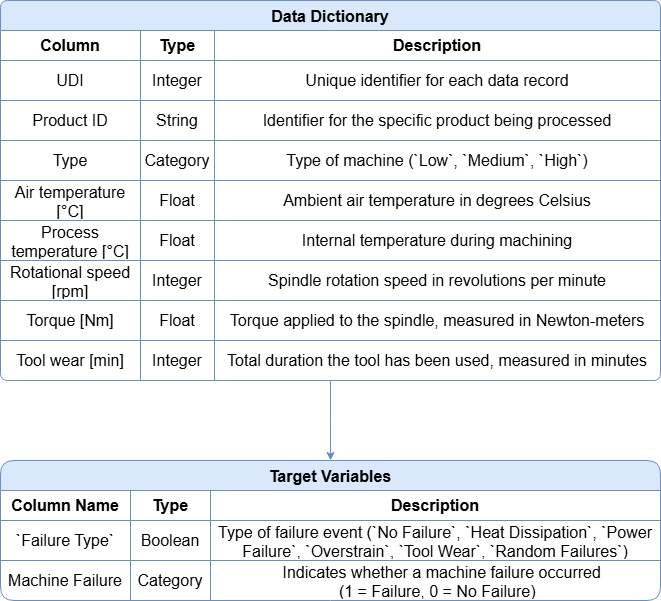
Before: _EDA/data_structure.png, a diagram exported from draw.io (victoriaamarah/machine-failure-prediction). Source tidied: cells renumbered, new cells last; positions are measured from the earlier drawing's top-left corner, leaving out a move shared by most shapes.
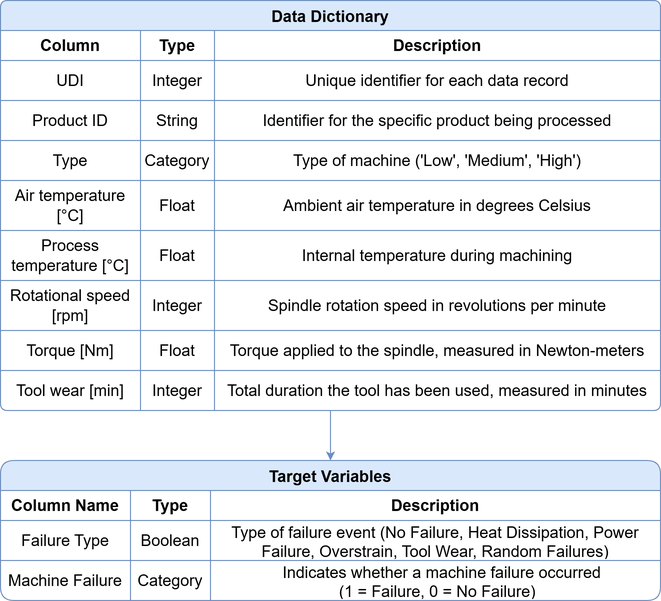
The same file after the commit.

What changed in the source:
```diff
@@ -2,13 +2,11 @@
   <root>
     <mxCell id="0" />
     <mxCell id="1" parent="0" />
-    <mxCell id="2" style="edgeStyle=orthogonalEdgeStyle;rounded=0;jettySize=auto;html=1;fillColor=#dae8fc;strokeColor=#6c8ebf;" parent="1" edge="1" source="3">
-      <mxGeometry relative="1" as="geometry">
-        <mxPoint x="330" y="460" as="targetPoint" />
-      </mxGeometry>
-    </mxCell>
+    <mxCell id="53" style="edgeStyle=orthogonalEdgeStyle;rounded=0;jettySize=auto;html=1;entryX=0.5;entryY=0;entryDx=0;entryDy=0;fillColor=#dae8fc;strokeColor=#6c8ebf;" parent="1" edge="1" source="3" target="40">
+      <mxGeometry relative="1" as="geometry" />
+    </mxCell>
     <mxCell id="3" value="Data Dictionary" style="shape=table;startSize=30;strokeColor=#6c8ebf;fontSize=16;fontStyle=1;fillColor=#dae8fc;swimlaneFillColor=default;shadow=0;rounded=1;arcSize=8;perimeterSpacing=0;fillStyle=solid;" parent="1" vertex="1">
-      <mxGeometry width="660" height="380" as="geometry" />
+      <mxGeometry width="660" height="410" as="geometry" />
     </mxCell>
     <mxCell id="4" style="shape=tableRow;horizontal=0;startSize=0;swimlaneHead=0;swimlaneBody=0;strokeColor=inherit;top=0;left=0;bottom=0;right=0;fillColor=none;fontSize=16;fontStyle=0;swimlaneFillColor=#000000;" parent="3" vertex="1">
       <mxGeometry y="30" width="660" height="30" as="geometry" />
@@ -55,47 +53,47 @@
     <mxCell id="18" value="Category" style="shape=partialRectangle;html=1;whiteSpace=wrap;strokeColor=inherit;overflow=hidden;fillColor=none;top=0;left=0;bottom=0;right=0;fontSize=16;swimlaneFillColor=#000000;" parent="16" vertex="1">
       <mxGeometry x="140" width="74" height="40" as="geometry" />
     </mxCell>
-    <mxCell id="19" value="Type of machine (`Low`, `Medium`, `High`)" style="shape=partialRectangle;html=1;whiteSpace=wrap;strokeColor=inherit;overflow=hidden;fillColor=none;top=0;left=0;bottom=0;right=0;fontSize=16;swimlaneFillColor=#000000;" parent="16" vertex="1">
+    <mxCell id="19" value="Type of machine ('Low', 'Medium', 'High')" style="shape=partialRectangle;html=1;whiteSpace=wrap;strokeColor=inherit;overflow=hidden;fillColor=none;top=0;left=0;bottom=0;right=0;fontSize=16;swimlaneFillColor=#000000;" parent="16" vertex="1">
       <mxGeometry x="214" width="446" height="40" as="geometry" />
     </mxCell>
     <mxCell id="20" style="shape=tableRow;horizontal=0;startSize=0;swimlaneHead=0;swimlaneBody=0;strokeColor=inherit;top=0;left=0;bottom=0;right=0;fillColor=none;fontSize=16;swimlaneFillColor=#000000;" parent="3" vertex="1">
-      <mxGeometry y="180" width="660" height="40" as="geometry" />
+      <mxGeometry y="180" width="660" height="50" as="geometry" />
     </mxCell>
     <mxCell id="21" value="Air temperature [°C]" style="shape=partialRectangle;html=1;whiteSpace=wrap;strokeColor=inherit;overflow=hidden;fillColor=none;top=0;left=0;bottom=0;right=0;fontSize=16;swimlaneFillColor=#000000;" parent="20" vertex="1">
-      <mxGeometry width="140" height="40" as="geometry" />
+      <mxGeometry width="140" height="50" as="geometry" />
     </mxCell>
     <mxCell id="22" value="Float" style="shape=partialRectangle;html=1;whiteSpace=wrap;strokeColor=inherit;overflow=hidden;fillColor=none;top=0;left=0;bottom=0;right=0;fontSize=16;swimlaneFillColor=#000000;" parent="20" vertex="1">
-      <mxGeometry x="140" width="74" height="40" as="geometry" />
+      <mxGeometry x="140" width="74" height="50" as="geometry" />
     </mxCell>
     <mxCell id="23" value="Ambient air temperature in degrees Celsius" style="shape=partialRectangle;html=1;whiteSpace=wrap;strokeColor=inherit;overflow=hidden;fillColor=none;top=0;left=0;bottom=0;right=0;fontSize=16;swimlaneFillColor=#000000;" parent="20" vertex="1">
-      <mxGeometry x="214" width="446" height="40" as="geometry" />
+      <mxGeometry x="214" width="446" height="50" as="geometry" />
     </mxCell>
     <mxCell id="24" style="shape=tableRow;horizontal=0;startSize=0;swimlaneHead=0;swimlaneBody=0;strokeColor=inherit;top=0;left=0;bottom=0;right=0;fillColor=none;fontSize=16;swimlaneFillColor=#000000;" parent="3" vertex="1">
-      <mxGeometry y="220" width="660" height="40" as="geometry" />
+      <mxGeometry y="230" width="660" height="50" as="geometry" />
     </mxCell>
     <mxCell id="25" value="Process temperature [°C]" style="shape=partialRectangle;html=1;whiteSpace=wrap;strokeColor=inherit;overflow=hidden;fillColor=none;top=0;left=0;bottom=0;right=0;fontSize=16;swimlaneFillColor=#000000;" parent="24" vertex="1">
-      <mxGeometry width="140" height="40" as="geometry" />
+      <mxGeometry width="140" height="50" as="geometry" />
     </mxCell>
     <mxCell id="26" value="Float" style="shape=partialRectangle;html=1;whiteSpace=wrap;strokeColor=inherit;overflow=hidden;fillColor=none;top=0;left=0;bottom=0;right=0;fontSize=16;swimlaneFillColor=#000000;" parent="24" vertex="1">
-      <mxGeometry x="140" width="74" height="40" as="geometry" />
+      <mxGeometry x="140" width="74" height="50" as="geometry" />
     </mxCell>
     <mxCell id="27" value="Internal temperature during machining" style="shape=partialRectangle;html=1;whiteSpace=wrap;strokeColor=inherit;overflow=hidden;fillColor=none;top=0;left=0;bottom=0;right=0;fontSize=16;swimlaneFillColor=#000000;" parent="24" vertex="1">
-      <mxGeometry x="214" width="446" height="40" as="geometry" />
+      <mxGeometry x="214" width="446" height="50" as="geometry" />
     </mxCell>
     <mxCell id="28" style="shape=tableRow;horizontal=0;startSize=0;swimlaneHead=0;swimlaneBody=0;strokeColor=inherit;top=0;left=0;bottom=0;right=0;fillColor=none;fontSize=16;swimlaneFillColor=#000000;" parent="3" vertex="1">
-      <mxGeometry y="260" width="660" height="40" as="geometry" />
+      <mxGeometry y="280" width="660" height="50" as="geometry" />
     </mxCell>
     <mxCell id="29" value="Rotational speed [rpm]" style="shape=partialRectangle;html=1;whiteSpace=wrap;strokeColor=inherit;overflow=hidden;fillColor=none;top=0;left=0;bottom=0;right=0;fontSize=16;swimlaneFillColor=#000000;" parent="28" vertex="1">
-      <mxGeometry width="140" height="40" as="geometry" />
+      <mxGeometry width="140" height="50" as="geometry" />
     </mxCell>
     <mxCell id="30" value="Integer" style="shape=partialRectangle;html=1;whiteSpace=wrap;strokeColor=inherit;overflow=hidden;fillColor=none;top=0;left=0;bottom=0;right=0;fontSize=16;swimlaneFillColor=#000000;" parent="28" vertex="1">
-      <mxGeometry x="140" width="74" height="40" as="geometry" />
+      <mxGeometry x="140" width="74" height="50" as="geometry" />
     </mxCell>
     <mxCell id="31" value="Spindle rotation speed in revolutions per minute" style="shape=partialRectangle;html=1;whiteSpace=wrap;strokeColor=inherit;overflow=hidden;fillColor=none;top=0;left=0;bottom=0;right=0;fontSize=16;swimlaneFillColor=#000000;" parent="28" vertex="1">
-      <mxGeometry x="214" width="446" height="40" as="geometry" />
+      <mxGeometry x="214" width="446" height="50" as="geometry" />
     </mxCell>
     <mxCell id="32" style="shape=tableRow;horizontal=0;startSize=0;swimlaneHead=0;swimlaneBody=0;strokeColor=inherit;top=0;left=0;bottom=0;right=0;fillColor=none;fontSize=16;swimlaneFillColor=#000000;" parent="3" vertex="1">
-      <mxGeometry y="300" width="660" height="40" as="geometry" />
+      <mxGeometry y="330" width="660" height="40" as="geometry" />
     </mxCell>
     <mxCell id="33" value="Torque [Nm]" style="shape=partialRectangle;html=1;whiteSpace=wrap;strokeColor=inherit;overflow=hidden;fillColor=none;top=0;left=0;bottom=0;right=0;fontSize=16;swimlaneFillColor=#000000;" parent="32" vertex="1">
       <mxGeometry width="140" height="40" as="geometry" />
@@ -107,7 +105,7 @@
       <mxGeometry x="214" width="446" height="40" as="geometry" />
     </mxCell>
     <mxCell id="36" style="shape=tableRow;horizontal=0;startSize=0;swimlaneHead=0;swimlaneBody=0;strokeColor=inherit;top=0;left=0;bottom=0;right=0;fillColor=none;fontSize=16;swimlaneFillColor=#000000;" parent="3" vertex="1">
-      <mxGeometry y="340" width="660" height="40" as="geometry" />
+      <mxGeometry y="370" width="660" height="40" as="geometry" />
     </mxCell>
     <mxCell id="37" value="Tool wear [min]" style="shape=partialRectangle;html=1;whiteSpace=wrap;strokeColor=inherit;overflow=hidden;fillColor=none;top=0;left=0;bottom=0;right=0;fontSize=16;swimlaneFillColor=#000000;" parent="36" vertex="1">
       <mxGeometry width="140" height="40" as="geometry" />
@@ -136,13 +134,13 @@
     <mxCell id="45" style="shape=tableRow;horizontal=0;startSize=0;swimlaneHead=0;swimlaneBody=0;strokeColor=inherit;top=0;left=0;bottom=0;right=0;fillColor=none;fontSize=16;" parent="40" vertex="1">
       <mxGeometry y="60" width="660" height="40" as="geometry" />
     </mxCell>
-    <mxCell id="46" value="`Failure Type`" style="shape=partialRectangle;html=1;whiteSpace=wrap;strokeColor=inherit;overflow=hidden;fillColor=none;top=0;left=0;bottom=0;right=0;fontSize=16;" parent="45" vertex="1">
+    <mxCell id="46" value="Failure Type" style="shape=partialRectangle;html=1;whiteSpace=wrap;strokeColor=inherit;overflow=hidden;fillColor=none;top=0;left=0;bottom=0;right=0;fontSize=16;" parent="45" vertex="1">
       <mxGeometry width="130" height="40" as="geometry" />
     </mxCell>
     <mxCell id="47" value="Boolean" style="shape=partialRectangle;html=1;whiteSpace=wrap;strokeColor=inherit;overflow=hidden;fillColor=none;top=0;left=0;bottom=0;right=0;fontSize=16;" parent="45" vertex="1">
       <mxGeometry x="130" width="80" height="40" as="geometry" />
     </mxCell>
-    <mxCell id="48" value="Type of failure event (`No Failure`, `Heat Dissipation`, `Power Failure`, `Overstrain`, `Tool Wear`, `Random Failures`)" style="shape=partialRectangle;html=1;whiteSpace=wrap;strokeColor=inherit;overflow=hidden;fillColor=none;top=0;left=0;bottom=0;right=0;fontSize=16;labelBackgroundColor=none;" parent="45" vertex="1">
+    <mxCell id="48" value="Type of failure event (No Failure, Heat Dissipation, Power Failure, Overstrain, Tool Wear, Random Failures)" style="shape=partialRectangle;html=1;whiteSpace=wrap;strokeColor=inherit;overflow=hidden;fillColor=none;top=0;left=0;bottom=0;right=0;fontSize=16;labelBackgroundColor=none;" parent="45" vertex="1">
       <mxGeometry x="210" width="450" height="40" as="geometry" />
     </mxCell>
     <mxCell id="49" style="shape=tableRow;horizontal=0;startSize=0;swimlaneHead=0;swimlaneBody=0;strokeColor=inherit;top=0;left=0;bottom=0;right=0;fillColor=none;fontSize=16;" parent="40" vertex="1">
```
